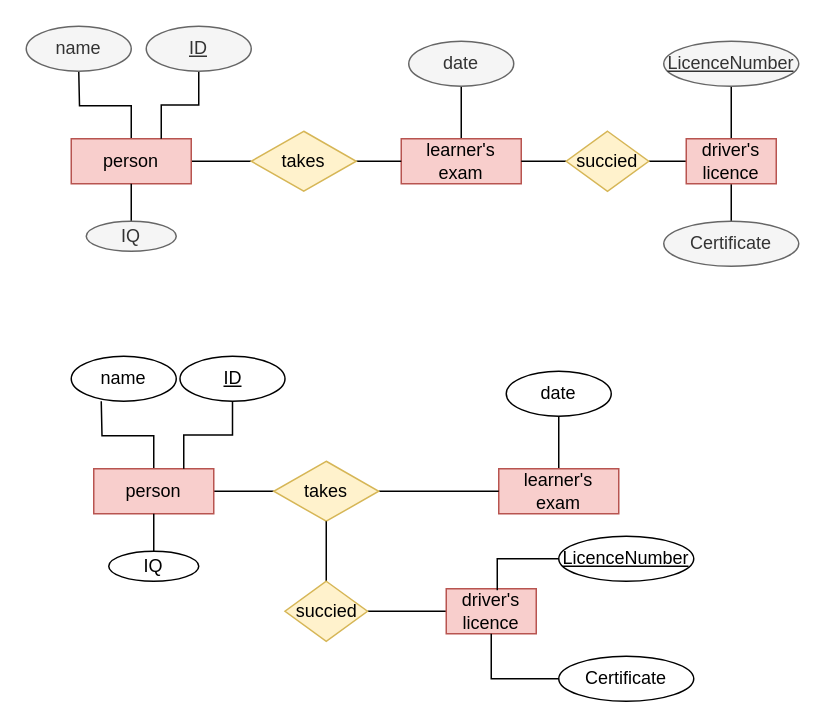
Earlier version of the draw.io diagram page "Page-2" (2 of 2) of Untitled Diagram.drawio (OguzCelikel/Arduino). Source tidied: cells renumbered, new cells numbered last; positions are measured from the earlier drawing's top-left corner, leaving out a move shared by most shapes. Both pictures are drawn from the tidied source at 150%, with x=0, y=0 at pixel (26, 26).
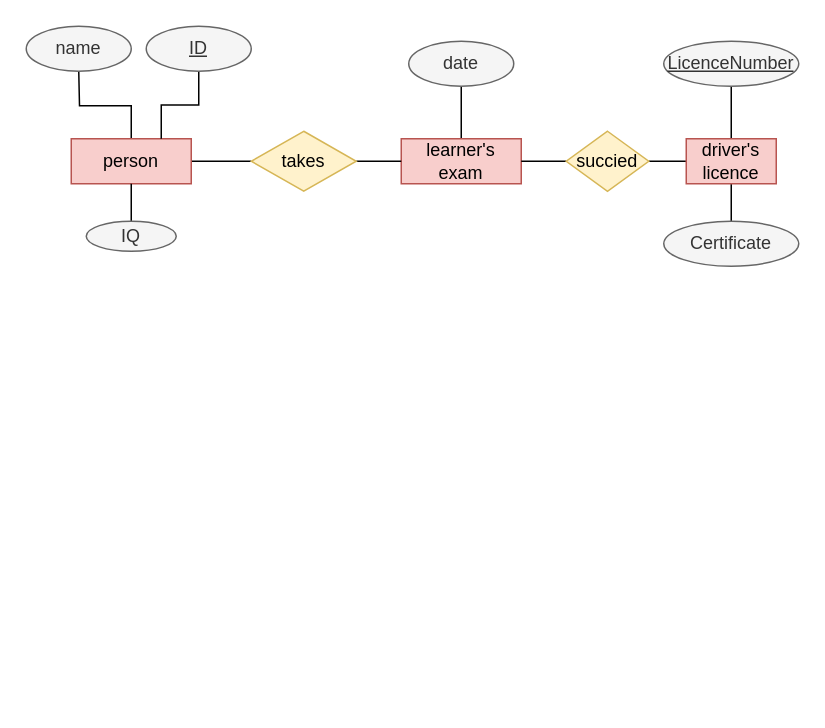
After the change.

The edit, as a diff of the source:
```diff
@@
-    <mxCell id="22" style="edgeStyle=orthogonalEdgeStyle;rounded=0;jettySize=auto;html=1;entryX=0.5;entryY=1;entryDx=0;entryDy=0;endArrow=none;endFill=0;" parent="1" edge="1" source="24">
-      <mxGeometry relative="1" as="geometry">
-        <mxPoint x="50" y="250" as="targetPoint" />
-      </mxGeometry>
-    </mxCell>
-    <mxCell id="23" style="edgeStyle=orthogonalEdgeStyle;rounded=0;jettySize=auto;html=1;exitX=1;exitY=0.5;exitDx=0;exitDy=0;entryX=0;entryY=0.5;entryDx=0;entryDy=0;startArrow=none;startFill=0;endArrow=none;endFill=0;" parent="1" edge="1" source="24" target="31">
-      <mxGeometry relative="1" as="geometry" />
-    </mxCell>
-    <mxCell id="24" value="person" style="rounded=0;whiteSpace=wrap;html=1;fillColor=#f8cecc;strokeColor=#b85450;" parent="1" vertex="1">
-      <mxGeometry x="45" y="295" width="80" height="30" as="geometry" />
-    </mxCell>
-    <mxCell id="25" style="edgeStyle=orthogonalEdgeStyle;rounded=0;jettySize=auto;html=1;entryX=0.5;entryY=1;entryDx=0;entryDy=0;startArrow=none;startFill=0;endArrow=none;endFill=0;" parent="1" edge="1" source="26" target="27">
-      <mxGeometry relative="1" as="geometry" />
-    </mxCell>
-    <mxCell id="26" value="learner's exam" style="rounded=0;whiteSpace=wrap;html=1;fillColor=#f8cecc;strokeColor=#b85450;" parent="1" vertex="1">
-      <mxGeometry x="315" y="295" width="80" height="30" as="geometry" />
-    </mxCell>
-    <mxCell id="27" value="date" style="ellipse;whiteSpace=wrap;html=1;" parent="1" vertex="1">
-      <mxGeometry x="320" y="230" width="70" height="30" as="geometry" />
-    </mxCell>
-    <mxCell id="28" style="edgeStyle=orthogonalEdgeStyle;rounded=0;jettySize=auto;html=1;entryX=0.75;entryY=0;entryDx=0;entryDy=0;startArrow=none;startFill=0;endArrow=none;endFill=0;" parent="1" edge="1" source="29" target="24">
-      <mxGeometry relative="1" as="geometry" />
-    </mxCell>
-    <mxCell id="29" value="&lt;u&gt;ID&lt;/u&gt;" style="ellipse;whiteSpace=wrap;html=1;" parent="1" vertex="1">
-      <mxGeometry x="102.5" y="220" width="70" height="30" as="geometry" />
-    </mxCell>
-    <mxCell id="30" style="edgeStyle=orthogonalEdgeStyle;rounded=0;jettySize=auto;html=1;exitX=1;exitY=0.5;exitDx=0;exitDy=0;entryX=0;entryY=0.5;entryDx=0;entryDy=0;startArrow=none;startFill=0;endArrow=none;endFill=0;" parent="1" edge="1" source="31" target="26">
-      <mxGeometry relative="1" as="geometry" />
-    </mxCell>
-    <mxCell id="31" value="takes" style="rhombus;whiteSpace=wrap;html=1;fillColor=#fff2cc;strokeColor=#d6b656;" parent="1" vertex="1">
-      <mxGeometry x="165" y="290" width="70" height="40" as="geometry" />
-    </mxCell>
-    <mxCell id="32" style="edgeStyle=orthogonalEdgeStyle;rounded=0;jettySize=auto;html=1;entryX=1;entryY=0.5;entryDx=0;entryDy=0;startArrow=none;startFill=0;endArrow=none;endFill=0;" parent="1" edge="1" source="33" target="41">
-      <mxGeometry relative="1" as="geometry" />
-    </mxCell>
-    <mxCell id="33" value="&lt;span&gt;driver's licence&lt;/span&gt;" style="rounded=0;whiteSpace=wrap;html=1;fillColor=#f8cecc;strokeColor=#b85450;" parent="1" vertex="1">
-      <mxGeometry x="280" y="375" width="60" height="30" as="geometry" />
-    </mxCell>
-    <mxCell id="34" style="edgeStyle=orthogonalEdgeStyle;rounded=0;jettySize=auto;html=1;entryX=0.567;entryY=0.033;entryDx=0;entryDy=0;entryPerimeter=0;startArrow=none;startFill=0;endArrow=none;endFill=0;" parent="1" edge="1" source="35" target="33">
-      <mxGeometry relative="1" as="geometry" />
-    </mxCell>
-    <mxCell id="35" value="&lt;u&gt;LicenceNumber&lt;/u&gt;" style="ellipse;whiteSpace=wrap;html=1;" parent="1" vertex="1">
-      <mxGeometry x="355" y="340" width="90" height="30" as="geometry" />
-    </mxCell>
-    <mxCell id="36" style="edgeStyle=orthogonalEdgeStyle;rounded=0;jettySize=auto;html=1;entryX=0.5;entryY=1;entryDx=0;entryDy=0;startArrow=none;startFill=0;endArrow=none;endFill=0;" parent="1" edge="1" source="37" target="24">
-      <mxGeometry relative="1" as="geometry" />
-    </mxCell>
-    <mxCell id="37" value="IQ" style="ellipse;whiteSpace=wrap;html=1;" parent="1" vertex="1">
-      <mxGeometry x="55" y="350" width="60" height="20" as="geometry" />
-    </mxCell>
-    <mxCell id="38" style="edgeStyle=orthogonalEdgeStyle;rounded=0;jettySize=auto;html=1;entryX=0.5;entryY=1;entryDx=0;entryDy=0;startArrow=none;startFill=0;endArrow=none;endFill=0;" parent="1" edge="1" source="39" target="33">
-      <mxGeometry relative="1" as="geometry" />
-    </mxCell>
-    <mxCell id="39" value="Certificate" style="ellipse;whiteSpace=wrap;html=1;" parent="1" vertex="1">
-      <mxGeometry x="355" y="420" width="90" height="30" as="geometry" />
-    </mxCell>
-    <mxCell id="40" style="edgeStyle=orthogonalEdgeStyle;rounded=0;jettySize=auto;html=1;entryX=0.5;entryY=1;entryDx=0;entryDy=0;startArrow=none;startFill=0;endArrow=none;endFill=0;" parent="1" edge="1" source="41" target="31">
-      <mxGeometry relative="1" as="geometry" />
-    </mxCell>
-    <mxCell id="41" value="succied" style="rhombus;whiteSpace=wrap;html=1;fillColor=#fff2cc;strokeColor=#d6b656;" parent="1" vertex="1">
-      <mxGeometry x="172.5" y="370" width="55" height="40" as="geometry" />
-    </mxCell>
@@
-    <mxCell id="43" value="name" style="ellipse;whiteSpace=wrap;html=1;" parent="1" vertex="1">
-      <mxGeometry x="30" y="220" width="70" height="30" as="geometry" />
-    </mxCell>
```
